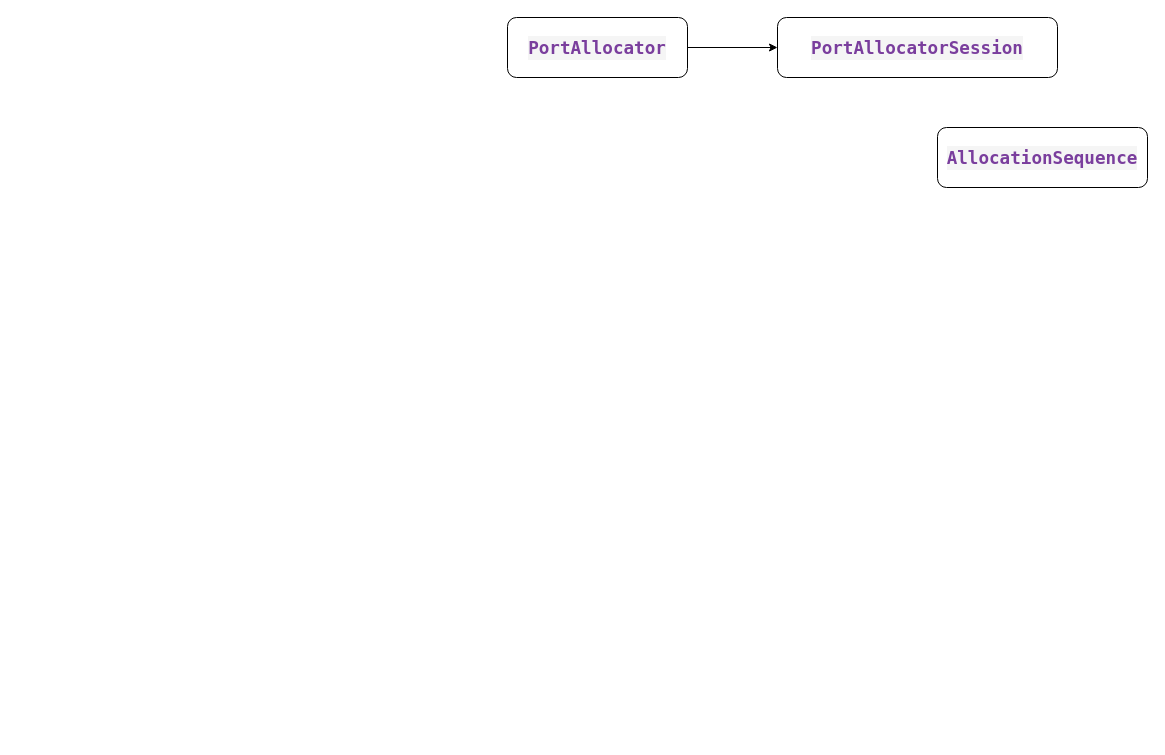
This is page "P2P" (9 of 9) of congestion.drawio from shcalm/repo_drawio, a draw.io file, before an edit. Source tidied: cells renumbered, new cells numbered last; positions are measured from the earlier drawing's top-left corner, leaving out a move shared by most shapes. Both pictures are drawn from the tidied source at 100%, with x=0, y=0 at pixel (507, 17).
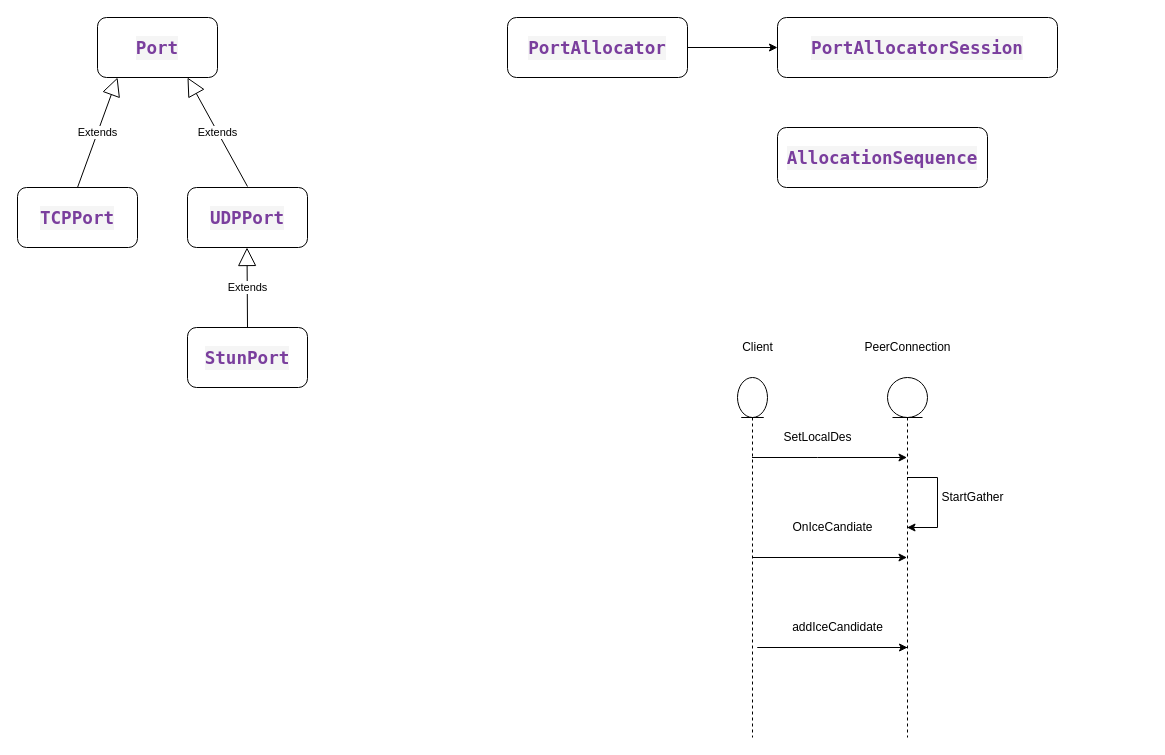
After the change.

Change to the diagram source:
```diff
@@
     <mxCell id="5" value="&lt;div style=&quot;color: rgb(51, 51, 51); background-color: rgb(245, 245, 245); font-family: &amp;quot;Droid Sans Mono&amp;quot;, &amp;quot;monospace&amp;quot;, monospace; font-weight: normal; font-size: 17.6px; line-height: 24px;&quot;&gt;&lt;div&gt;&lt;span style=&quot;color: #7a3e9d;font-weight: bold;&quot;&gt;AllocationSequence&lt;/span&gt;&lt;/div&gt;&lt;/div&gt;" style="rounded=1;whiteSpace=wrap;html=1;" parent="1" vertex="1">
-      <mxGeometry x="430" y="110" width="210" height="60" as="geometry" />
+      <mxGeometry x="270" y="110" width="210" height="60" as="geometry" />
     </mxCell>
+    <mxCell id="6" value="&lt;div style=&quot;color: rgb(51, 51, 51); background-color: rgb(245, 245, 245); font-family: &amp;quot;Droid Sans Mono&amp;quot;, &amp;quot;monospace&amp;quot;, monospace; font-weight: normal; font-size: 17.6px; line-height: 24px;&quot;&gt;&lt;div&gt;&lt;span style=&quot;color: #7a3e9d;font-weight: bold;&quot;&gt;UDPPort&lt;/span&gt;&lt;/div&gt;&lt;/div&gt;" style="rounded=1;whiteSpace=wrap;html=1;" parent="1" vertex="1">
+      <mxGeometry x="-320" y="170" width="120" height="60" as="geometry" />
+    </mxCell>
+    <mxCell id="7" value="Extends" style="endArrow=block;endSize=16;endFill=0;html=1;rounded=0;entryX=0.75;entryY=1;entryDx=0;entryDy=0;" parent="1" edge="1" target="8">
+      <mxGeometry relative="1" as="geometry">
+        <mxPoint x="-260" y="169" as="sourcePoint" />
+      </mxGeometry>
+    </mxCell>
+    <mxCell id="8" value="&lt;div style=&quot;color: rgb(51, 51, 51); background-color: rgb(245, 245, 245); font-family: &amp;quot;Droid Sans Mono&amp;quot;, &amp;quot;monospace&amp;quot;, monospace; font-weight: normal; font-size: 17.6px; line-height: 24px;&quot;&gt;&lt;div&gt;&lt;span style=&quot;color: #7a3e9d;font-weight: bold;&quot;&gt;Port&lt;/span&gt;&lt;/div&gt;&lt;/div&gt;" style="rounded=1;whiteSpace=wrap;html=1;" parent="1" vertex="1">
+      <mxGeometry x="-410" width="120" height="60" as="geometry" />
+    </mxCell>
+    <mxCell id="9" value="&lt;div style=&quot;color: rgb(51, 51, 51); background-color: rgb(245, 245, 245); font-family: &amp;quot;Droid Sans Mono&amp;quot;, &amp;quot;monospace&amp;quot;, monospace; font-weight: normal; font-size: 17.6px; line-height: 24px;&quot;&gt;&lt;div&gt;&lt;span style=&quot;color: #7a3e9d;font-weight: bold;&quot;&gt;StunPort&lt;/span&gt;&lt;/div&gt;&lt;/div&gt;" style="rounded=1;whiteSpace=wrap;html=1;" parent="1" vertex="1">
+      <mxGeometry x="-320" y="310" width="120" height="60" as="geometry" />
+    </mxCell>
+    <mxCell id="10" value="Extends" style="endArrow=block;endSize=16;endFill=0;html=1;rounded=0;exitX=0.5;exitY=0;exitDx=0;exitDy=0;" parent="1" edge="1" source="9">
+      <mxGeometry relative="1" as="geometry">
+        <mxPoint x="-260.5" y="230" as="targetPoint" />
+      </mxGeometry>
+    </mxCell>
+    <mxCell id="11" value="&lt;div style=&quot;color: rgb(51, 51, 51); background-color: rgb(245, 245, 245); font-family: &amp;quot;Droid Sans Mono&amp;quot;, &amp;quot;monospace&amp;quot;, monospace; font-weight: normal; font-size: 17.6px; line-height: 24px;&quot;&gt;&lt;div&gt;&lt;span style=&quot;color: #7a3e9d;font-weight: bold;&quot;&gt;TCPPort&lt;/span&gt;&lt;/div&gt;&lt;/div&gt;" style="rounded=1;whiteSpace=wrap;html=1;" parent="1" vertex="1">
+      <mxGeometry x="-490" y="170" width="120" height="60" as="geometry" />
+    </mxCell>
+    <mxCell id="12" value="Extends" style="endArrow=block;endSize=16;endFill=0;html=1;rounded=0;entryX=0.167;entryY=1;entryDx=0;entryDy=0;entryPerimeter=0;exitX=0.5;exitY=0;exitDx=0;exitDy=0;" parent="1" edge="1" source="11" target="8">
+      <mxGeometry relative="1" as="geometry" />
+    </mxCell>
+    <mxCell id="13" style="edgeStyle=orthogonalEdgeStyle;rounded=0;jettySize=auto;html=1;" parent="1" edge="1" source="15" target="17">
+      <mxGeometry relative="1" as="geometry">
+        <Array as="points">
+          <mxPoint x="310" y="440" />
+          <mxPoint x="310" y="440" />
+        </Array>
+      </mxGeometry>
+    </mxCell>
+    <mxCell id="14" style="edgeStyle=orthogonalEdgeStyle;rounded=0;jettySize=auto;html=1;" parent="1" edge="1" source="15" target="17">
+      <mxGeometry relative="1" as="geometry" />
+    </mxCell>
+    <mxCell id="15" style="shape=umlLifeline;participant=umlEntity;perimeter=lifelinePerimeter;whiteSpace=wrap;html=1;verticalAlign=top;spacingTop=36;outlineConnect=0;" parent="1" vertex="1">
+      <mxGeometry x="230" y="360" width="30" height="360" as="geometry" />
+    </mxCell>
+    <mxCell id="16" style="edgeStyle=orthogonalEdgeStyle;rounded=0;jettySize=auto;html=1;" parent="1" edge="1" source="17">
+      <mxGeometry relative="1" as="geometry">
+        <mxPoint x="400" y="630" as="targetPoint" />
+        <Array as="points">
+          <mxPoint x="250" y="630" />
+          <mxPoint x="250" y="630" />
+        </Array>
+      </mxGeometry>
+    </mxCell>
+    <mxCell id="17" style="shape=umlLifeline;participant=umlEntity;perimeter=lifelinePerimeter;whiteSpace=wrap;html=1;verticalAlign=top;spacingTop=36;outlineConnect=0;" parent="1" vertex="1">
+      <mxGeometry x="380" y="360" width="40" height="360" as="geometry" />
+    </mxCell>
+    <mxCell id="18" value="Client" style="text;html=1;align=center;verticalAlign=middle;strokeColor=none;fillColor=none;" parent="1" vertex="1">
+      <mxGeometry x="225" y="315" width="50" height="30" as="geometry" />
+    </mxCell>
+    <mxCell id="19" value="PeerConnection" style="text;html=1;align=center;verticalAlign=middle;strokeColor=none;fillColor=none;" parent="1" vertex="1">
+      <mxGeometry x="345" y="315" width="110" height="30" as="geometry" />
+    </mxCell>
+    <mxCell id="20" value="SetLocalDes" style="text;html=1;align=center;verticalAlign=middle;strokeColor=none;fillColor=none;" parent="1" vertex="1">
+      <mxGeometry x="265" y="405" width="90" height="30" as="geometry" />
+    </mxCell>
+    <mxCell id="21" style="edgeStyle=orthogonalEdgeStyle;rounded=0;orthogonalLoop=1;jettySize=auto;html=1;" parent="1" edge="1" source="17" target="17">
+      <mxGeometry relative="1" as="geometry">
+        <Array as="points">
+          <mxPoint x="430" y="460" />
+          <mxPoint x="420" y="510" />
+        </Array>
+      </mxGeometry>
+    </mxCell>
+    <mxCell id="22" value="StartGather" style="text;html=1;align=center;verticalAlign=middle;strokeColor=none;fillColor=none;" parent="1" vertex="1">
+      <mxGeometry x="420" y="465" width="90" height="30" as="geometry" />
+    </mxCell>
+    <mxCell id="23" value="OnIceCandiate" style="text;html=1;align=center;verticalAlign=middle;strokeColor=none;fillColor=none;" parent="1" vertex="1">
+      <mxGeometry x="275" y="495" width="100" height="30" as="geometry" />
+    </mxCell>
+    <mxCell id="24" value="addIceCandidate" style="text;html=1;align=center;verticalAlign=middle;strokeColor=none;fillColor=none;" parent="1" vertex="1">
+      <mxGeometry x="275" y="595" width="110" height="30" as="geometry" />
+    </mxCell>
```
